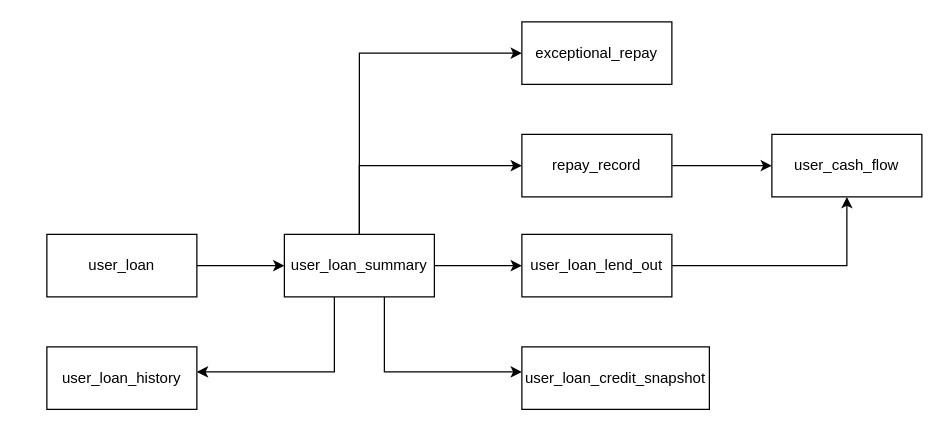
The draw.io diagram 借据表关系.drawio in DongRuihua/draw, before the edit. Source tidied: cells renumbered, new cells numbered last; positions are measured from the earlier drawing's top-left corner, leaving out a move shared by most shapes. Both pictures are drawn from the tidied source at 125%, with x=0, y=0 at pixel (46, 21).
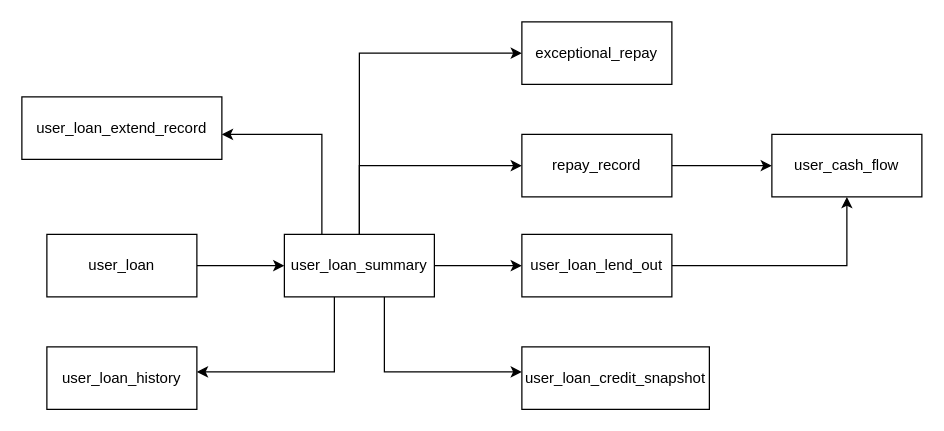
After the change.

Commit message:
更新借据表关系.drawio

The change refers to these unchanged cells:
```xml
<mxCell id="9" value="user_loan_summary" style="rounded=0;whiteSpace=wrap;html=1;" parent="1" vertex="1">
  <mxGeometry x="190" y="170" width="120" height="50" as="geometry" />
</mxCell>
```

Change to the diagram source:
```diff
@@
+    <mxCell id="18" style="edgeStyle=orthogonalEdgeStyle;rounded=0;jettySize=auto;html=1;" parent="1" edge="1" source="9" target="19">
+      <mxGeometry relative="1" as="geometry">
+        <Array as="points">
+          <mxPoint x="220" y="90" />
+        </Array>
+      </mxGeometry>
+    </mxCell>
@@
+    <mxCell id="19" value="user_loan_extend_record" style="rounded=0;whiteSpace=wrap;html=1;" parent="1" vertex="1">
+      <mxGeometry x="-20" y="60" width="160" height="50" as="geometry" />
+    </mxCell>
```
